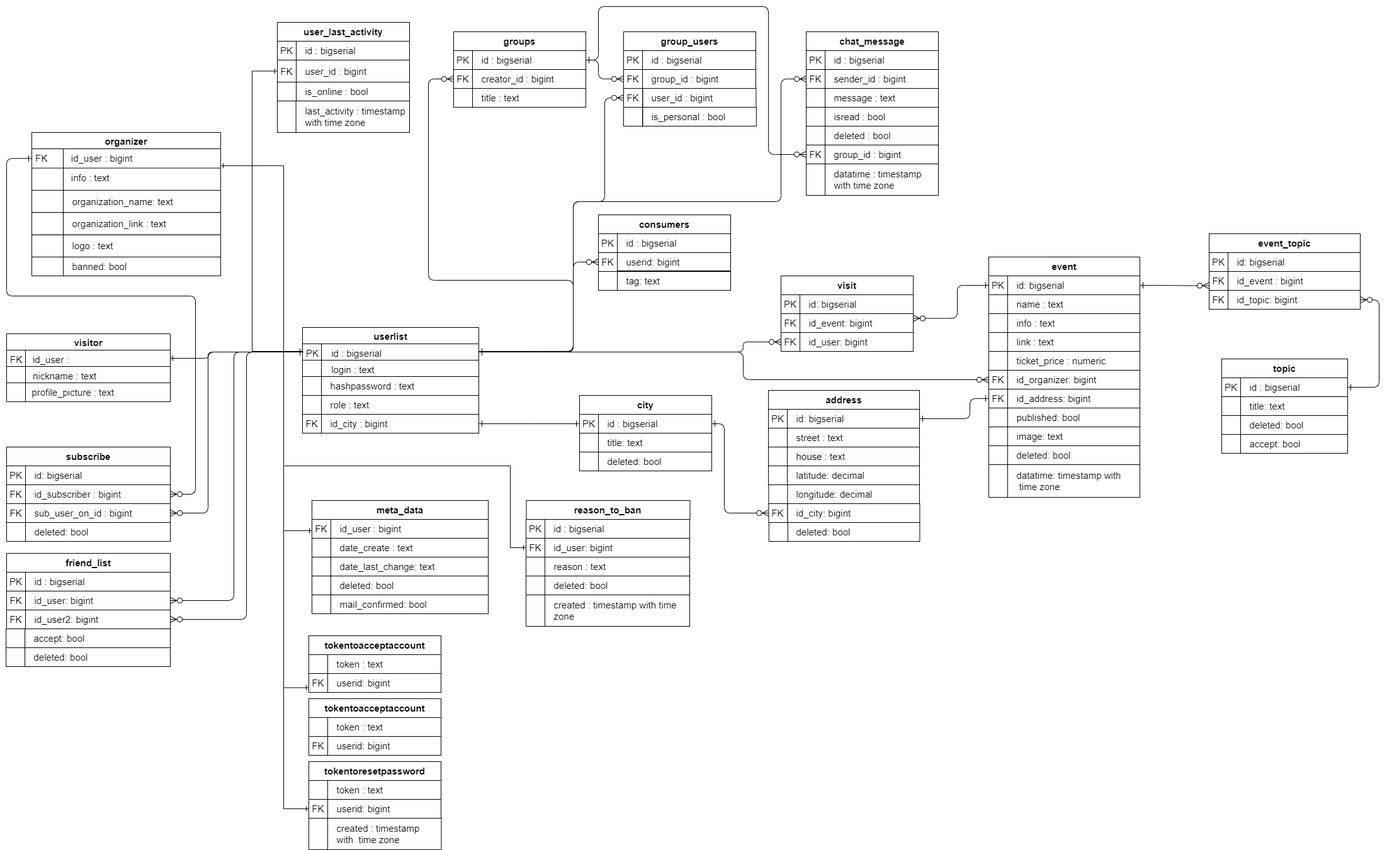
Before: query scripts and shemas/models/locs_physical_model.png, a diagram exported from draw.io (ZothOmmog/LOCS-1). Source tidied: cells renumbered, new cells last; positions are measured from the earlier drawing's top-left corner, leaving out a move shared by most shapes.
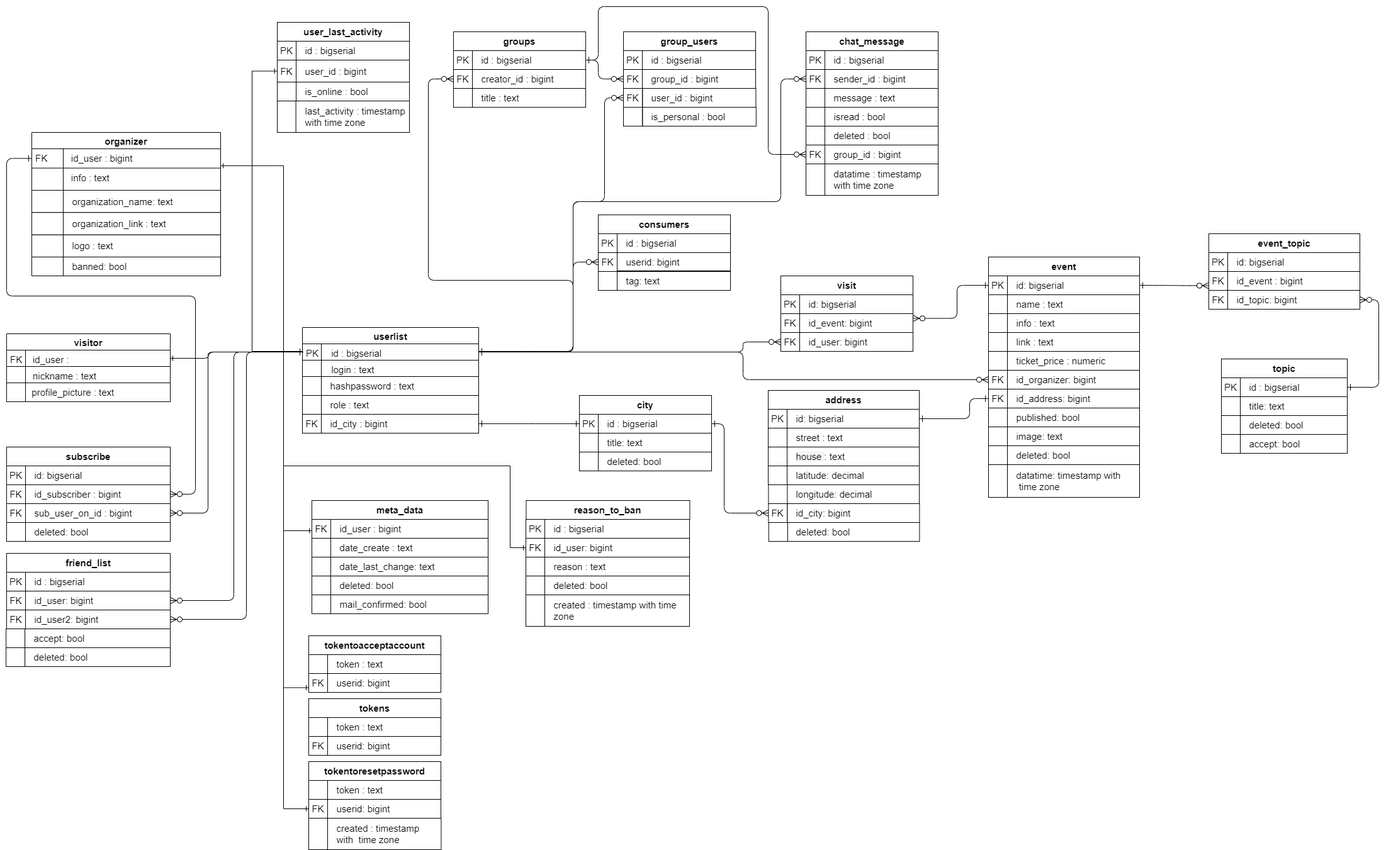
The same file after the commit.

The edit, as a diff of the source:
```diff
@@ -743,7 +743,7 @@
     <mxCell id="209" value="&amp;nbsp; &amp;nbsp;token : text" style="rounded=0;whiteSpace=wrap;html=1;align=left;fontSize=15;" parent="1" vertex="1">
       <mxGeometry x="511" y="1130" width="180" height="30" as="geometry" />
     </mxCell>
-    <mxCell id="210" value="&lt;span style=&quot;font-family: sans-serif; font-size: 15px; font-weight: 700;&quot;&gt;tokentoacceptaccount&lt;/span&gt;" style="rounded=0;whiteSpace=wrap;html=1;align=center;fontSize=15;" parent="1" vertex="1">
+    <mxCell id="210" value="&lt;font face=&quot;sans-serif&quot;&gt;&lt;b&gt;tokens&lt;br&gt;&lt;/b&gt;&lt;/font&gt;" style="rounded=0;whiteSpace=wrap;html=1;align=center;fontSize=15;" parent="1" vertex="1">
       <mxGeometry x="481" y="1100" width="210" height="30" as="geometry" />
     </mxCell>
     <mxCell id="211" value="FK" style="rounded=0;whiteSpace=wrap;html=1;fontSize=15;" parent="1" vertex="1">
```
